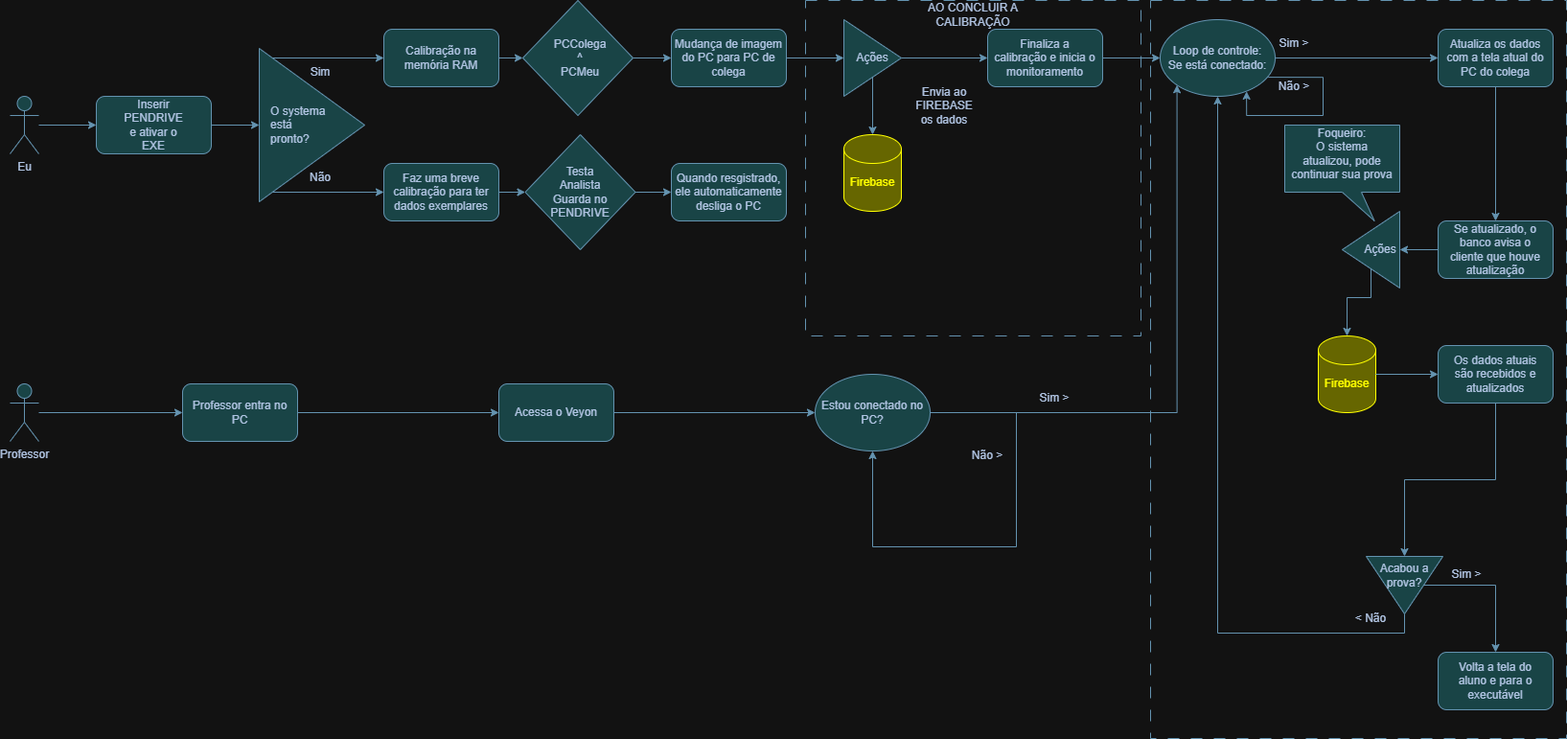
The draw.io diagram Ghostveyon.drawio.png in JESFTechnology/IF-Machado-Tulio-3-Ano, before a commit. Source tidied: cells renumbered, new cells last; positions are measured from the earlier drawing's top-left corner, leaving out a move shared by most shapes.
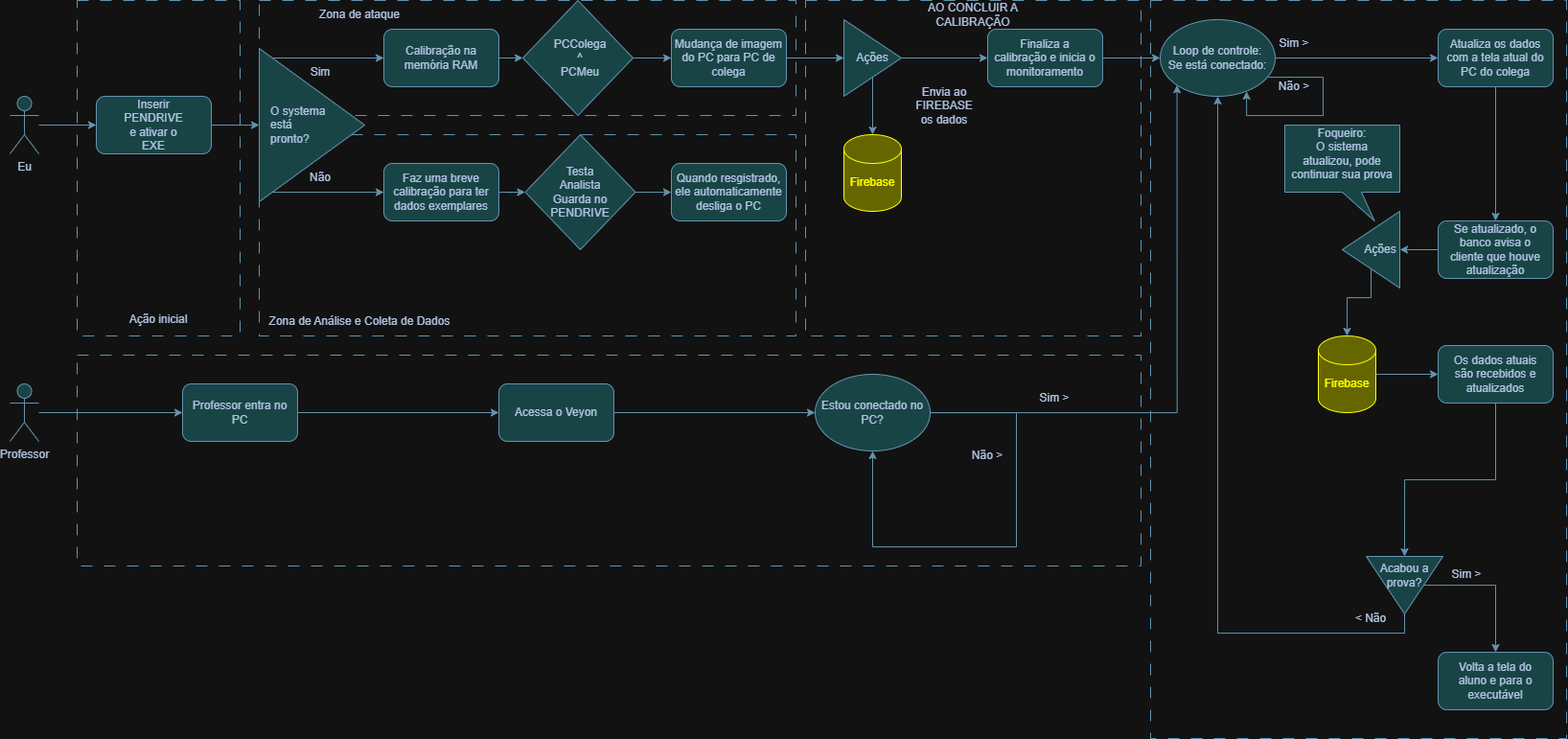
The same diagram one commit later.

The edit, as a diff of the source:
```diff
@@ -2,9 +2,24 @@
   <root>
     <mxCell id="0" />
     <mxCell id="1" parent="0" />
+    <mxCell id="94" style="rounded=0;whiteSpace=wrap;html=1;fillColor=none;dashed=1;dashPattern=12 12;labelBackgroundColor=none;strokeColor=#457B9D;fontColor=#1D3557;" parent="1" vertex="1">
+      <mxGeometry x="70" width="170" height="350" as="geometry" />
+    </mxCell>
+    <mxCell id="95" style="rounded=0;whiteSpace=wrap;html=1;fillColor=none;dashed=1;dashPattern=12 12;labelBackgroundColor=none;strokeColor=#457B9D;fontColor=#1D3557;" parent="1" vertex="1">
+      <mxGeometry x="260" width="560" height="120" as="geometry" />
+    </mxCell>
+    <mxCell id="96" style="rounded=0;whiteSpace=wrap;html=1;fillColor=none;dashed=1;dashPattern=12 12;labelBackgroundColor=none;strokeColor=#457B9D;fontColor=#1D3557;" parent="1" vertex="1">
+      <mxGeometry x="260" y="140" width="560" height="210" as="geometry" />
+    </mxCell>
     <mxCell id="2" style="whiteSpace=wrap;html=1;fillColor=none;strokeWidth=1;dashed=1;dashPattern=12 12;labelBackgroundColor=none;strokeColor=#457B9D;fontColor=#1D3557;" parent="1" vertex="1">
       <mxGeometry x="830" width="350" height="350" as="geometry" />
     </mxCell>
+    <mxCell id="20" style="rounded=0;whiteSpace=wrap;html=1;fillColor=none;dashed=1;dashPattern=12 12;labelBackgroundColor=none;strokeColor=#457B9D;fontColor=#1D3557;" parent="1" vertex="1">
+      <mxGeometry x="1190" width="434" height="770" as="geometry" />
+    </mxCell>
+    <mxCell id="97" style="rounded=0;whiteSpace=wrap;html=1;fillColor=none;dashed=1;dashPattern=12 12;labelBackgroundColor=none;strokeColor=#457B9D;fontColor=#1D3557;" parent="1" vertex="1">
+      <mxGeometry x="70" y="370" width="1110" height="220" as="geometry" />
+    </mxCell>
     <mxCell id="3" style="rounded=1;whiteSpace=wrap;html=1;labelBackgroundColor=none;fillColor=#A8DADC;strokeColor=#457B9D;fontColor=#1D3557;" parent="1" vertex="1">
       <mxGeometry x="180" y="400" width="120" height="60" as="geometry" />
     </mxCell>
@@ -56,9 +71,6 @@
     <mxCell id="19" value="AO CONCLUIR A CALIBRAÇÃO" style="text;html=1;whiteSpace=wrap;strokeColor=none;fillColor=none;align=center;verticalAlign=middle;rounded=0;labelBackgroundColor=none;fontColor=#1D3557;" parent="1" vertex="1">
       <mxGeometry x="950" width="110" height="30" as="geometry" />
     </mxCell>
-    <mxCell id="20" style="rounded=0;whiteSpace=wrap;html=1;fillColor=none;dashed=1;dashPattern=12 12;labelBackgroundColor=none;strokeColor=#457B9D;fontColor=#1D3557;" parent="1" vertex="1">
-      <mxGeometry x="1190" width="434" height="770" as="geometry" />
-    </mxCell>
     <mxCell id="21" style="edgeStyle=orthogonalEdgeStyle;rounded=0;orthogonalLoop=1;jettySize=auto;html=1;exitX=0.5;exitY=1;exitDx=0;exitDy=0;labelBackgroundColor=none;fontColor=default;strokeColor=#457B9D;" parent="1" edge="1" source="2" target="2">
       <mxGeometry relative="1" as="geometry" />
     </mxCell>
@@ -307,5 +319,14 @@
     <mxCell id="93" value="&amp;lt; Não" style="text;html=1;whiteSpace=wrap;strokeColor=none;fillColor=none;align=center;verticalAlign=middle;rounded=0;fontColor=#1D3557;" parent="1" vertex="1">
       <mxGeometry x="1390" y="630" width="60" height="30" as="geometry" />
     </mxCell>
+    <mxCell id="98" value="Zona de Análise e Coleta de Dados" style="text;html=1;whiteSpace=wrap;strokeColor=none;fillColor=none;align=center;verticalAlign=middle;rounded=0;fontColor=#1D3557;" parent="1" vertex="1">
+      <mxGeometry x="260" y="320" width="210" height="30" as="geometry" />
+    </mxCell>
+    <mxCell id="99" value="Zona de ataque" style="text;html=1;whiteSpace=wrap;strokeColor=none;fillColor=none;align=center;verticalAlign=middle;rounded=0;fontColor=#1D3557;" parent="1" vertex="1">
+      <mxGeometry x="260" width="210" height="30" as="geometry" />
+    </mxCell>
+    <mxCell id="100" value="Ação inicial" style="text;html=1;whiteSpace=wrap;strokeColor=none;fillColor=none;align=center;verticalAlign=middle;rounded=0;fontColor=#1D3557;" parent="1" vertex="1">
+      <mxGeometry x="92" y="315" width="126" height="35" as="geometry" />
+    </mxCell>
   </root>
 </mxGraphModel>
```
